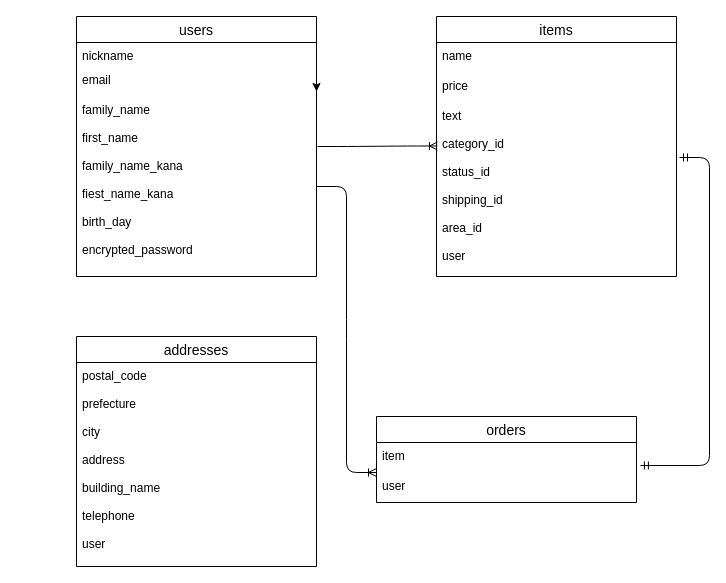
galmba04/furima-35647 keeps this draw.io diagram as Furima.dio. Above is the earlier version. Source tidied: cells renumbered, new cells numbered last; positions are measured from the earlier drawing's top-left corner, leaving out a move shared by most shapes. Both pictures are drawn from the tidied source at 100%, with x=0, y=0 at pixel (76, 16).
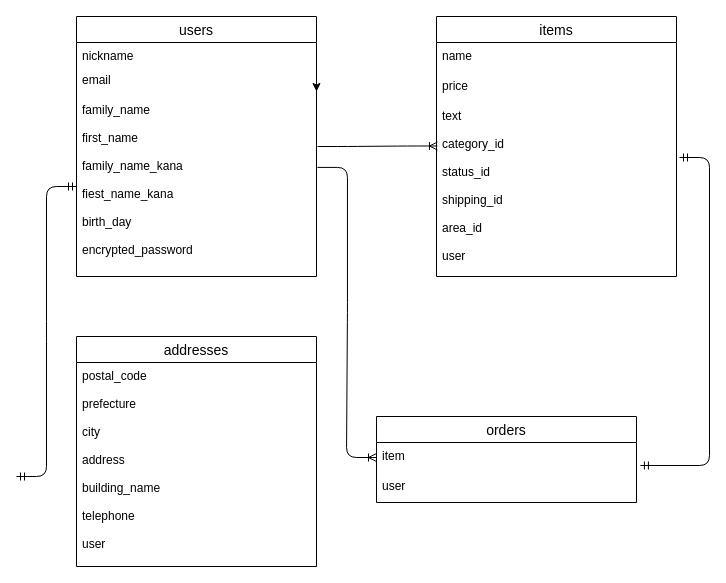
Above is the later version.

The change refers to these unchanged cells:
```xml
<mxCell id="5" value="family_name&#10;&#10;first_name&#10;&#10;family_name_kana&#10;&#10;fiest_name_kana&#10;&#10;birth_day&#10;&#10;encrypted_password&#10;" style="text;strokeColor=none;fillColor=none;spacingLeft=4;spacingRight=4;overflow=hidden;points=[[0,0.5],[1,0.5]];portConstraint=eastwest;fontSize=12;" parent="2" vertex="1">
  <mxGeometry y="80" width="240" height="180" as="geometry" />
</mxCell>
<mxCell id="11" value="item" style="text;strokeColor=none;fillColor=none;spacingLeft=4;spacingRight=4;overflow=hidden;points=[[0,0.5],[1,0.5]];portConstraint=eastwest;fontSize=12;" parent="10" vertex="1">
  <mxGeometry y="26" width="260" height="30" as="geometry" />
</mxCell>
<mxCell id="12" value="user" style="text;strokeColor=none;fillColor=none;spacingLeft=4;spacingRight=4;overflow=hidden;points=[[0,0.5],[1,0.5]];portConstraint=eastwest;fontSize=12;" parent="10" vertex="1">
  <mxGeometry y="56" width="260" height="30" as="geometry" />
</mxCell>
```

What changed in the source:
```diff
@@
-    <mxCell id="15" style="edgeStyle=entityRelationEdgeStyle;fontSize=12;html=1;endArrow=ERoneToMany;entryX=0;entryY=0;entryDx=0;entryDy=0;entryPerimeter=0;" parent="1" edge="1" source="5" target="12">
+    <mxCell id="15" style="edgeStyle=entityRelationEdgeStyle;fontSize=12;html=1;endArrow=ERoneToMany;exitX=1.004;exitY=0.394;exitDx=0;exitDy=0;exitPerimeter=0;" parent="1" edge="1" source="5" target="11">
       <mxGeometry relative="1" as="geometry" />
     </mxCell>
@@
+    <mxCell id="19" style="edgeStyle=entityRelationEdgeStyle;fontSize=12;html=1;endArrow=ERmandOne;startArrow=ERmandOne;" parent="1" edge="1" target="5">
+      <mxGeometry relative="1" as="geometry">
+        <mxPoint x="-60" y="460" as="sourcePoint" />
+      </mxGeometry>
+    </mxCell>
```
